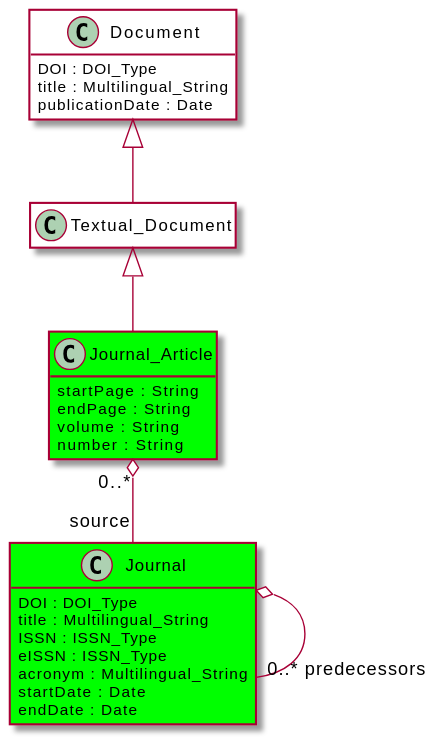
The PlantUML diagram diagrams/journalArticle.svg in EuroCRIS/CERIF-ScholarlyPublicationsModule, before a commit. The source it was exported from:
```plantuml
@startuml

    !includesub ../../CERIF-Core/diagrams/core.puml!common


    !includesub ../../CERIF-Core/diagrams/core.puml!Document


    !includesub ./module.puml!Journal

@enduml
```
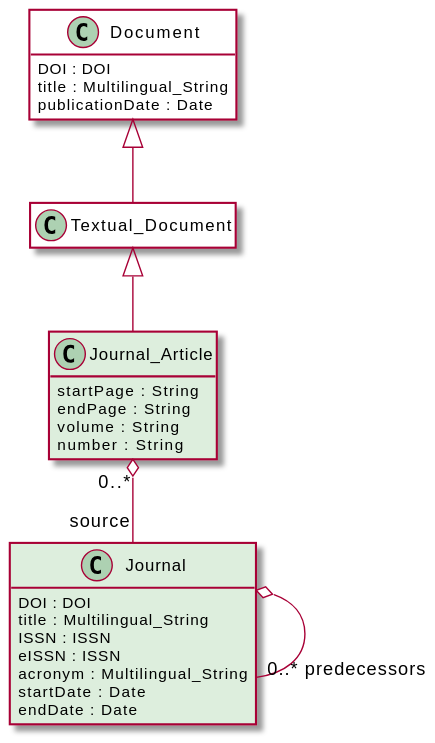
The same diagram one commit later.

Commit message:
:rocket: adding generated diagrams

The edit, as a diff of the source:
```diff
@@ -2,9 +2,8 @@
 
     !includesub ../../CERIF-Core/diagrams/core.puml!common
 
-
     !includesub ../../CERIF-Core/diagrams/core.puml!Document
-
+    !includesub ../../CERIF-Core/diagrams/core.puml!Textual_Document
 
     !includesub ./module.puml!Journal
 
```
